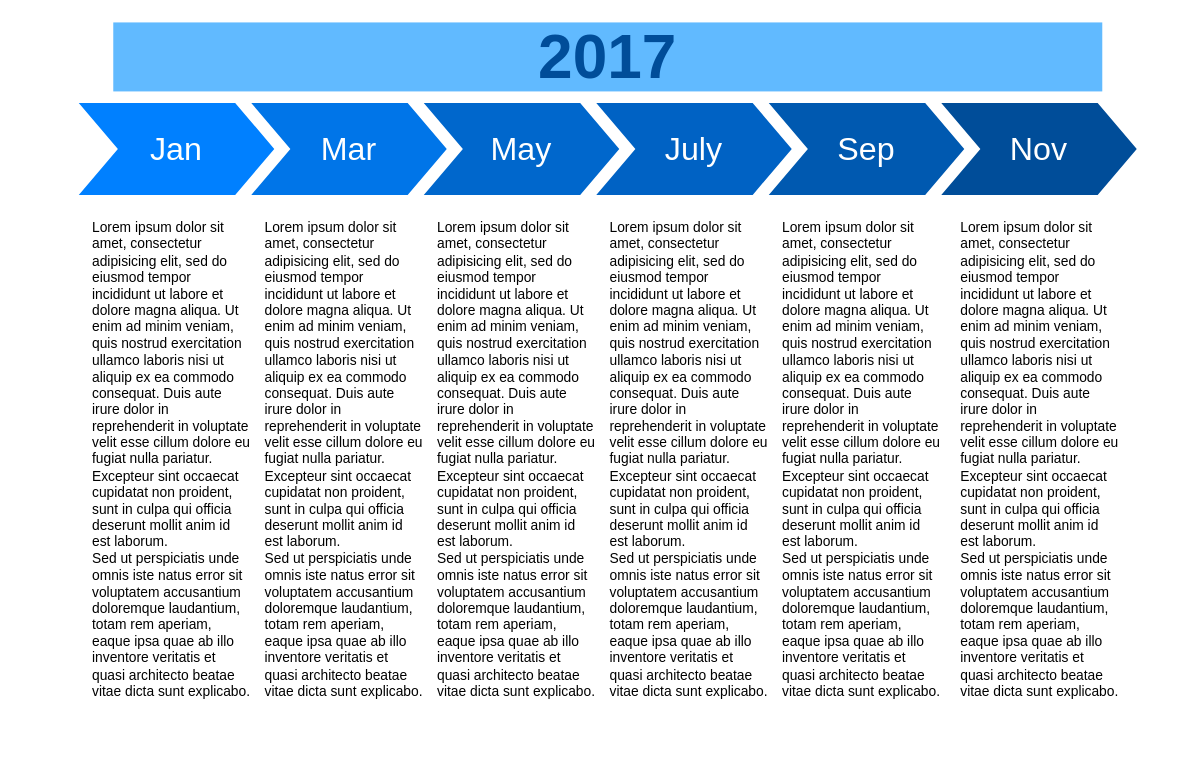
Earlier version of the draw.io diagram Untitled Diagram.drawio (TANCO12580/zhushen12580.github.io). Source tidied: cells renumbered, new cells numbered last; positions are measured from the earlier drawing's top-left corner, leaving out a move shared by most shapes. Both pictures are drawn from the tidied source at 115%, with x=0, y=0 at pixel (78, 22).
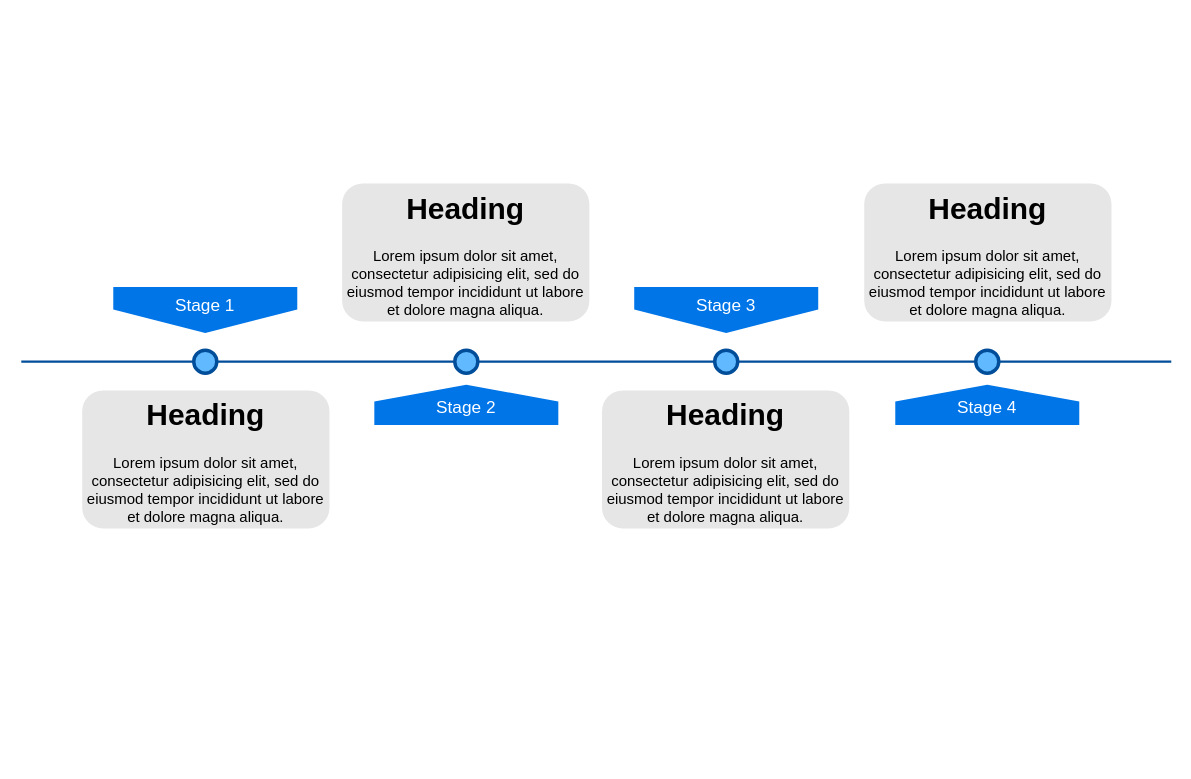
Above is the later version.

Commit message (it also covers changes not shown here):
露天百坛功能图.drawio

What changed in the source:
```diff
@@
 <mxGraphModel background="#ffffff">
   <root>
     <mxCell id="0" />
     <mxCell id="1" parent="0" />
-    <mxCell id="2" value="Jan" style="shape=step;whiteSpace=wrap;html=1;fontSize=28;fillColor=#0080FF;fontColor=#FFFFFF;strokeColor=none;" parent="1" vertex="1">
-      <mxGeometry y="70" width="170" height="80" as="geometry" />
-    </mxCell>
-    <mxCell id="3" value="Mar" style="shape=step;whiteSpace=wrap;html=1;fontSize=28;fillColor=#0075E8;fontColor=#FFFFFF;strokeColor=none;" parent="1" vertex="1">
-      <mxGeometry x="150" y="70" width="170" height="80" as="geometry" />
-    </mxCell>
-    <mxCell id="4" value="May" style="shape=step;whiteSpace=wrap;html=1;fontSize=28;fillColor=#0067CC;fontColor=#FFFFFF;strokeColor=none;" parent="1" vertex="1">
-      <mxGeometry x="300" y="70" width="170" height="80" as="geometry" />
-    </mxCell>
-    <mxCell id="5" value="July" style="shape=step;whiteSpace=wrap;html=1;fontSize=28;fillColor=#0062C4;fontColor=#FFFFFF;strokeColor=none;" parent="1" vertex="1">
-      <mxGeometry x="450" y="70" width="170" height="80" as="geometry" />
-    </mxCell>
-    <mxCell id="6" value="Sep" style="shape=step;whiteSpace=wrap;html=1;fontSize=28;fillColor=#0059B0;fontColor=#FFFFFF;strokeColor=none;" parent="1" vertex="1">
-      <mxGeometry x="600" y="70" width="170" height="80" as="geometry" />
-    </mxCell>
-    <mxCell id="7" value="Nov" style="shape=step;whiteSpace=wrap;html=1;fontSize=28;fillColor=#004D99;fontColor=#FFFFFF;strokeColor=none;" parent="1" vertex="1">
-      <mxGeometry x="750" y="70" width="170" height="80" as="geometry" />
-    </mxCell>
-    <mxCell id="8" value="2017" style="text;html=1;strokeColor=none;fillColor=#61BAFF;align=center;verticalAlign=middle;whiteSpace=wrap;fontSize=54;fontStyle=1;fontColor=#004D99;" parent="1" vertex="1">
-      <mxGeometry x="30" width="860" height="60" as="geometry" />
-    </mxCell>
-    <mxCell id="9" value="Lorem ipsum dolor sit amet, consectetur adipisicing elit, sed do eiusmod tempor incididunt ut labore et dolore magna aliqua. Ut enim ad minim veniam, quis nostrud exercitation ullamco laboris nisi ut aliquip ex ea commodo consequat. Duis aute irure dolor in reprehenderit in voluptate velit esse cillum dolore eu fugiat nulla pariatur. Excepteur sint occaecat cupidatat non proident, sunt in culpa qui officia deserunt mollit anim id est laborum.&lt;br&gt;Sed ut perspiciatis unde omnis iste natus error sit voluptatem accusantium doloremque laudantium, totam rem aperiam, eaque ipsa quae ab illo inventore veritatis et quasi architecto beatae vitae dicta sunt explicabo." style="text;spacingTop=-5;fillColor=#ffffff;whiteSpace=wrap;html=1;align=left;fontSize=12;fontFamily=Helvetica;fillColor=none;strokeColor=none;" parent="1" vertex="1">
-      <mxGeometry x="10" y="170" width="140" height="470" as="geometry" />
-    </mxCell>
-    <mxCell id="10" value="Lorem ipsum dolor sit amet, consectetur adipisicing elit, sed do eiusmod tempor incididunt ut labore et dolore magna aliqua. Ut enim ad minim veniam, quis nostrud exercitation ullamco laboris nisi ut aliquip ex ea commodo consequat. Duis aute irure dolor in reprehenderit in voluptate velit esse cillum dolore eu fugiat nulla pariatur. Excepteur sint occaecat cupidatat non proident, sunt in culpa qui officia deserunt mollit anim id est laborum.&lt;br&gt;Sed ut perspiciatis unde omnis iste natus error sit voluptatem accusantium doloremque laudantium, totam rem aperiam, eaque ipsa quae ab illo inventore veritatis et quasi architecto beatae vitae dicta sunt explicabo." style="text;spacingTop=-5;fillColor=#ffffff;whiteSpace=wrap;html=1;align=left;fontSize=12;fontFamily=Helvetica;fillColor=none;strokeColor=none;" parent="1" vertex="1">
-      <mxGeometry x="160" y="170" width="140" height="470" as="geometry" />
-    </mxCell>
-    <mxCell id="11" value="Lorem ipsum dolor sit amet, consectetur adipisicing elit, sed do eiusmod tempor incididunt ut labore et dolore magna aliqua. Ut enim ad minim veniam, quis nostrud exercitation ullamco laboris nisi ut aliquip ex ea commodo consequat. Duis aute irure dolor in reprehenderit in voluptate velit esse cillum dolore eu fugiat nulla pariatur. Excepteur sint occaecat cupidatat non proident, sunt in culpa qui officia deserunt mollit anim id est laborum.&lt;br&gt;Sed ut perspiciatis unde omnis iste natus error sit voluptatem accusantium doloremque laudantium, totam rem aperiam, eaque ipsa quae ab illo inventore veritatis et quasi architecto beatae vitae dicta sunt explicabo." style="text;spacingTop=-5;fillColor=#ffffff;whiteSpace=wrap;html=1;align=left;fontSize=12;fontFamily=Helvetica;fillColor=none;strokeColor=none;" parent="1" vertex="1">
-      <mxGeometry x="310" y="170" width="140" height="470" as="geometry" />
-    </mxCell>
-    <mxCell id="12" value="Lorem ipsum dolor sit amet, consectetur adipisicing elit, sed do eiusmod tempor incididunt ut labore et dolore magna aliqua. Ut enim ad minim veniam, quis nostrud exercitation ullamco laboris nisi ut aliquip ex ea commodo consequat. Duis aute irure dolor in reprehenderit in voluptate velit esse cillum dolore eu fugiat nulla pariatur. Excepteur sint occaecat cupidatat non proident, sunt in culpa qui officia deserunt mollit anim id est laborum.&lt;br&gt;Sed ut perspiciatis unde omnis iste natus error sit voluptatem accusantium doloremque laudantium, totam rem aperiam, eaque ipsa quae ab illo inventore veritatis et quasi architecto beatae vitae dicta sunt explicabo." style="text;spacingTop=-5;fillColor=#ffffff;whiteSpace=wrap;html=1;align=left;fontSize=12;fontFamily=Helvetica;fillColor=none;strokeColor=none;" parent="1" vertex="1">
-      <mxGeometry x="460" y="170" width="140" height="470" as="geometry" />
-    </mxCell>
-    <mxCell id="13" value="Lorem ipsum dolor sit amet, consectetur adipisicing elit, sed do eiusmod tempor incididunt ut labore et dolore magna aliqua. Ut enim ad minim veniam, quis nostrud exercitation ullamco laboris nisi ut aliquip ex ea commodo consequat. Duis aute irure dolor in reprehenderit in voluptate velit esse cillum dolore eu fugiat nulla pariatur. Excepteur sint occaecat cupidatat non proident, sunt in culpa qui officia deserunt mollit anim id est laborum.&lt;br&gt;Sed ut perspiciatis unde omnis iste natus error sit voluptatem accusantium doloremque laudantium, totam rem aperiam, eaque ipsa quae ab illo inventore veritatis et quasi architecto beatae vitae dicta sunt explicabo." style="text;spacingTop=-5;fillColor=#ffffff;whiteSpace=wrap;html=1;align=left;fontSize=12;fontFamily=Helvetica;fillColor=none;strokeColor=none;" parent="1" vertex="1">
-      <mxGeometry x="610" y="170" width="140" height="470" as="geometry" />
-    </mxCell>
-    <mxCell id="14" value="Lorem ipsum dolor sit amet, consectetur adipisicing elit, sed do eiusmod tempor incididunt ut labore et dolore magna aliqua. Ut enim ad minim veniam, quis nostrud exercitation ullamco laboris nisi ut aliquip ex ea commodo consequat. Duis aute irure dolor in reprehenderit in voluptate velit esse cillum dolore eu fugiat nulla pariatur. Excepteur sint occaecat cupidatat non proident, sunt in culpa qui officia deserunt mollit anim id est laborum.&lt;br&gt;Sed ut perspiciatis unde omnis iste natus error sit voluptatem accusantium doloremque laudantium, totam rem aperiam, eaque ipsa quae ab illo inventore veritatis et quasi architecto beatae vitae dicta sunt explicabo." style="text;spacingTop=-5;fillColor=#ffffff;whiteSpace=wrap;html=1;align=left;fontSize=12;fontFamily=Helvetica;fillColor=none;strokeColor=none;" parent="1" vertex="1">
-      <mxGeometry x="765" y="170" width="140" height="470" as="geometry" />
-    </mxCell>
+    <mxCell id="15" style="line;strokeWidth=2;html=1;fillColor=none;fontSize=28;fontColor=#004D99;strokeColor=#004D99;" parent="1" vertex="1">
+      <mxGeometry x="-50" y="290" width="1000" height="10" as="geometry" />
+    </mxCell>
+    <mxCell id="16" value="Stage 1" style="shape=offPageConnector;whiteSpace=wrap;html=1;fillColor=#0075E8;fontSize=15;fontColor=#FFFFFF;size=0.5093750000000015;verticalAlign=top;strokeColor=none;" parent="1" vertex="1">
+      <mxGeometry x="30" y="230" width="160" height="40" as="geometry" />
+    </mxCell>
+    <mxCell id="17" value="&lt;span&gt;Stage 3&lt;/span&gt;" style="shape=offPageConnector;whiteSpace=wrap;html=1;fillColor=#0075E8;fontSize=15;fontColor=#FFFFFF;size=0.5093750000000015;verticalAlign=top;strokeColor=none;" parent="1" vertex="1">
+      <mxGeometry x="483" y="230" width="160" height="40" as="geometry" />
+    </mxCell>
+    <mxCell id="18" value="&lt;span&gt;Stage 2&lt;/span&gt;" style="shape=offPageConnector;whiteSpace=wrap;html=1;fillColor=#0075E8;fontSize=15;fontColor=#FFFFFF;size=0.4178571428571445;flipV=1;verticalAlign=bottom;strokeColor=none;spacingBottom=4;" parent="1" vertex="1">
+      <mxGeometry x="257" y="315" width="160" height="35" as="geometry" />
+    </mxCell>
+    <mxCell id="19" value="&lt;span&gt;Stage 4&lt;/span&gt;" style="shape=offPageConnector;whiteSpace=wrap;html=1;fillColor=#0075E8;fontSize=15;fontColor=#FFFFFF;size=0.4178571428571445;flipV=1;verticalAlign=bottom;strokeColor=none;spacingBottom=4;" parent="1" vertex="1">
+      <mxGeometry x="710" y="315" width="160" height="35" as="geometry" />
+    </mxCell>
+    <mxCell id="20" style="ellipse;whiteSpace=wrap;html=1;fillColor=#61BAFF;fontSize=28;fontColor=#004D99;strokeWidth=3;strokeColor=#004D99;" parent="1" vertex="1">
+      <mxGeometry x="100" y="285" width="20" height="20" as="geometry" />
+    </mxCell>
+    <mxCell id="21" style="ellipse;whiteSpace=wrap;html=1;fillColor=#61BAFF;fontSize=28;fontColor=#004D99;strokeWidth=3;strokeColor=#004D99;" parent="1" vertex="1">
+      <mxGeometry x="327" y="285" width="20" height="20" as="geometry" />
+    </mxCell>
+    <mxCell id="22" style="ellipse;whiteSpace=wrap;html=1;fillColor=#61BAFF;fontSize=28;fontColor=#004D99;strokeWidth=3;strokeColor=#004D99;" parent="1" vertex="1">
+      <mxGeometry x="553" y="285" width="20" height="20" as="geometry" />
+    </mxCell>
+    <mxCell id="23" style="ellipse;whiteSpace=wrap;html=1;fillColor=#61BAFF;fontSize=28;fontColor=#004D99;strokeWidth=3;strokeColor=#004D99;" parent="1" vertex="1">
+      <mxGeometry x="780" y="285" width="20" height="20" as="geometry" />
+    </mxCell>
+    <mxCell id="24" value="&lt;h1&gt;Heading&lt;/h1&gt;&lt;p&gt;Lorem ipsum dolor sit amet, consectetur adipisicing elit, sed do eiusmod tempor incididunt ut labore et dolore magna aliqua.&lt;/p&gt;" style="text;html=1;spacing=5;spacingTop=-20;whiteSpace=wrap;overflow=hidden;strokeColor=none;strokeWidth=3;fillColor=#E6E6E6;fontSize=13;fontColor=#000000;align=center;rounded=1;" parent="1" vertex="1">
+      <mxGeometry x="3" y="320" width="215" height="120" as="geometry" />
+    </mxCell>
+    <mxCell id="25" value="&lt;h1&gt;Heading&lt;/h1&gt;&lt;p&gt;Lorem ipsum dolor sit amet, consectetur adipisicing elit, sed do eiusmod tempor incididunt ut labore et dolore magna aliqua.&lt;/p&gt;" style="text;html=1;spacing=5;spacingTop=-20;whiteSpace=wrap;overflow=hidden;strokeColor=none;strokeWidth=3;fillColor=#E6E6E6;fontSize=13;fontColor=#000000;align=center;rounded=1;" parent="1" vertex="1">
+      <mxGeometry x="229" y="140" width="215" height="120" as="geometry" />
+    </mxCell>
+    <mxCell id="26" value="&lt;h1&gt;Heading&lt;/h1&gt;&lt;p&gt;Lorem ipsum dolor sit amet, consectetur adipisicing elit, sed do eiusmod tempor incididunt ut labore et dolore magna aliqua.&lt;/p&gt;" style="text;html=1;spacing=5;spacingTop=-20;whiteSpace=wrap;overflow=hidden;strokeColor=none;strokeWidth=3;fillColor=#E6E6E6;fontSize=13;fontColor=#000000;align=center;rounded=1;" parent="1" vertex="1">
+      <mxGeometry x="455" y="320" width="215" height="120" as="geometry" />
+    </mxCell>
+    <mxCell id="27" value="&lt;h1&gt;Heading&lt;/h1&gt;&lt;p&gt;Lorem ipsum dolor sit amet, consectetur adipisicing elit, sed do eiusmod tempor incididunt ut labore et dolore magna aliqua.&lt;/p&gt;" style="text;html=1;spacing=5;spacingTop=-20;whiteSpace=wrap;overflow=hidden;strokeColor=none;strokeWidth=3;fillColor=#E6E6E6;fontSize=13;fontColor=#000000;align=center;rounded=1;" parent="1" vertex="1">
+      <mxGeometry x="683" y="140" width="215" height="120" as="geometry" />
+    </mxCell>
   </root>
 </mxGraphModel>
```
